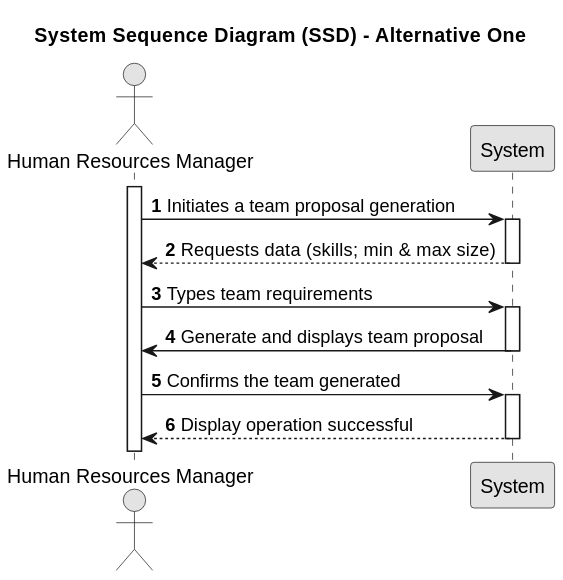
Before: docs/sprintB/us005/01.requirements-engineering/svg/us005-system-sequence-diagram-alternative-one.svg, a diagram exported from PlantUML (SAEmanuel/Green_Spaces_Management_ISEP). Its diagram source:
```plantuml
@startuml
skinparam monochrome true
skinparam packageStyle rectangle
skinparam shadowing false

title System Sequence Diagram (SSD) - Alternative One

autonumber

actor "Human Resources Manager" as Employee
participant "System" as System

activate Employee

    System <- Employee : Initiates a team proposal generation
    activate System

        Employee <-- System :Requests data (skills; min & max size)
    deactivate System

    Employee -> System : Types team requirements
    activate System

        System -> Employee : Generate and displays team proposal
    deactivate System

    Employee -> System : Confirms the team generated
    activate System

        System --> Employee : Display operation successful
    deactivate System
@enduml
```
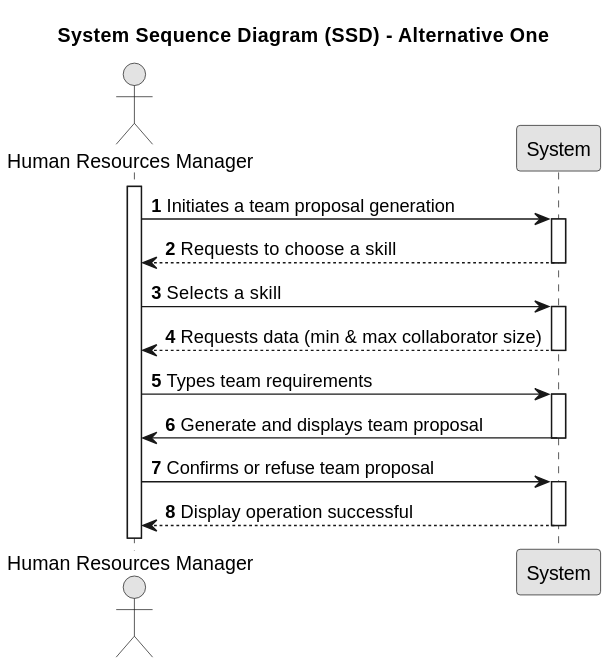
After the commit.

What changed in the source:
```diff
@@ -15,18 +15,24 @@
     System <- Employee : Initiates a team proposal generation
     activate System
 
-        Employee <-- System :Requests data (skills; min & max size)
+    Employee <-- System :Requests to choose a skill
+    deactivate System
+
+    System <- Employee : Selects a skill
+    activate System
+
+    Employee <-- System :Requests data (min & max collaborator size)
     deactivate System
 
     Employee -> System : Types team requirements
     activate System
 
-        System -> Employee : Generate and displays team proposal
+    System -> Employee : Generate and displays team proposal
     deactivate System
 
-    Employee -> System : Confirms the team generated
+    Employee -> System : Confirms or refuse team proposal
     activate System
 
-        System --> Employee : Display operation successful
+    System --> Employee : Display operation successful
     deactivate System
 @enduml
```
